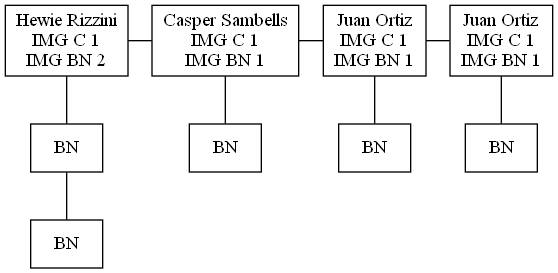
This is Fase1/clientesEnEspera.png from d-acetun/simulacion-sistema-impresion-de-imagenes, a Graphviz export, as it was before one commit. Its source is kept beside it as Fase1/clientesEnEspera.dot.
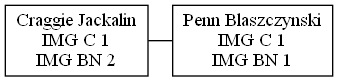
After the commit.

Change to the diagram source:
```diff
@@ -1,25 +1,9 @@
 digraph ClientesEnEspera {
 node[shape=box]
 edge[arrowhead=none]
-0 [label="Hewie Rizzini\nIMG C 1\nIMG BN 2"]
-1 [label=BN]
-2 [label=BN]
-3 [label="Casper Sambells\nIMG C 1\nIMG BN 1"]
-4 [label=BN]
-5 [label="Juan Ortiz\nIMG C 1\nIMG BN 1"]
-6 [label=BN]
-7 [label="Juan Ortiz\nIMG C 1\nIMG BN 1"]
-8 [label=BN]
+0 [label="Craggie Jackalin\nIMG C 1\nIMG BN 2"]
+1 [label="Penn Blaszczynski\nIMG C 1\nIMG BN 1"]
 0->1
-1->2
-0->3
-3->4
-3->5
-5->6
-5->7
-7->8
-{rank=same; 0; 3}
-{rank=same; 3; 5}
-{rank=same; 5; 7}
+{rank=same; 0; 1}
 rankdir=TB
 }
```
